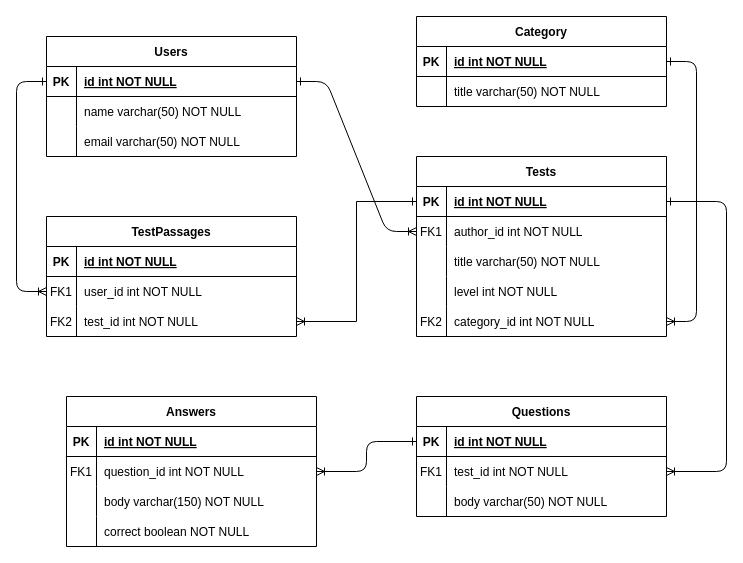
This is Диаграмма без названия.drawio from cartotien/Test-Guru, a draw.io file, before an edit. Source tidied: cells renumbered, new cells numbered last; positions are measured from the earlier drawing's top-left corner, leaving out a move shared by most shapes. Both pictures are drawn from the tidied source at 100%, with x=0, y=0 at pixel (16, 16).
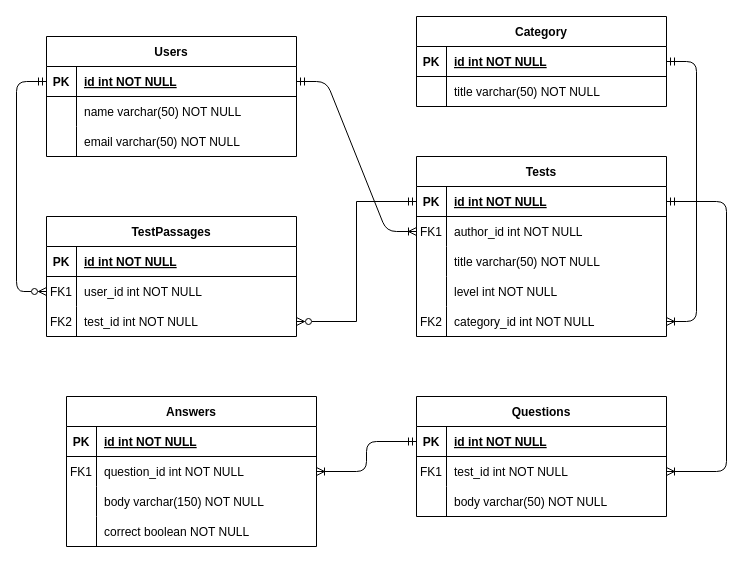
After the change.

The change refers to these unchanged cells:
```xml
<mxCell id="5" style="shape=partialRectangle;fillColor=none;points=[[0,0.5],[1,0.5]];portConstraint=eastwest;top=0;left=0;right=0;bottom=1;" parent="4" vertex="1">
  <mxGeometry y="30" width="250" height="30" as="geometry" />
</mxCell>
<mxCell id="8" style="shape=partialRectangle;fillColor=none;points=[[0,0.5],[1,0.5]];portConstraint=eastwest;top=0;left=0;right=0;bottom=0;" parent="4" vertex="1">
  <mxGeometry y="60" width="250" height="30" as="geometry" />
</mxCell>
<mxCell id="17" style="shape=partialRectangle;fillColor=none;points=[[0,0.5],[1,0.5]];portConstraint=eastwest;top=0;left=0;right=0;bottom=0;" parent="4" vertex="1">
  <mxGeometry y="150" width="250" height="30" as="geometry" />
</mxCell>
<mxCell id="21" style="shape=partialRectangle;fillColor=none;points=[[0,0.5],[1,0.5]];portConstraint=eastwest;top=0;left=0;right=0;bottom=1;" parent="20" vertex="1">
  <mxGeometry y="30" width="250" height="30" as="geometry" />
</mxCell>
<mxCell id="28" style="shape=partialRectangle;fillColor=none;points=[[0,0.5],[1,0.5]];portConstraint=eastwest;top=0;left=0;right=0;bottom=1;" parent="27" vertex="1">
  <mxGeometry y="30" width="250" height="30" as="geometry" />
</mxCell>
<mxCell id="41" style="shape=partialRectangle;fillColor=none;points=[[0,0.5],[1,0.5]];portConstraint=eastwest;top=0;left=0;right=0;bottom=0;" parent="37" vertex="1">
  <mxGeometry y="60" width="250" height="30" as="geometry" />
</mxCell>
<mxCell id="44" style="shape=partialRectangle;fillColor=none;points=[[0,0.5],[1,0.5]];portConstraint=eastwest;top=0;left=0;right=0;bottom=0;" parent="37" vertex="1">
  <mxGeometry y="90" width="250" height="30" as="geometry" />
</mxCell>
<mxCell id="52" style="shape=partialRectangle;fillColor=none;points=[[0,0.5],[1,0.5]];portConstraint=eastwest;top=0;left=0;right=0;bottom=1;" parent="51" vertex="1">
  <mxGeometry y="30" width="250" height="30" as="geometry" />
</mxCell>
<mxCell id="55" style="shape=partialRectangle;fillColor=none;points=[[0,0.5],[1,0.5]];portConstraint=eastwest;top=0;left=0;right=0;bottom=0;" parent="51" vertex="1">
  <mxGeometry y="60" width="250" height="30" as="geometry" />
</mxCell>
<mxCell id="65" style="shape=partialRectangle;fillColor=none;points=[[0,0.5],[1,0.5]];portConstraint=eastwest;top=0;left=0;right=0;bottom=0;" parent="61" vertex="1">
  <mxGeometry y="60" width="250" height="30" as="geometry" />
</mxCell>
```

The edit, as a diff of the source:
```diff
@@
-    <mxCell id="2" style="edgeStyle=entityRelationEdgeStyle;endArrow=ERoneToMany;startArrow=ERone;endFill=0;startFill=0;entryX=0;entryY=0.5;entryDx=0;entryDy=0;rounded=1;" parent="1" edge="1" source="28" target="8">
+    <mxCell id="2" style="edgeStyle=entityRelationEdgeStyle;endArrow=ERoneToMany;startArrow=ERmandOne;endFill=0;startFill=0;entryX=0;entryY=0.5;entryDx=0;entryDy=0;rounded=1;" parent="1" edge="1" source="28" target="8">
       <mxGeometry relative="1" as="geometry" />
     </mxCell>
-    <mxCell id="3" style="edgeStyle=entityRelationEdgeStyle;endArrow=ERone;startArrow=ERoneToMany;endFill=0;startFill=0;exitX=1;exitY=0.5;exitDx=0;exitDy=0;entryX=1;entryY=0.5;entryDx=0;entryDy=0;" parent="1" edge="1" source="17" target="21">
+    <mxCell id="3" style="edgeStyle=entityRelationEdgeStyle;endArrow=ERmandOne;startArrow=ERoneToMany;endFill=0;startFill=0;exitX=1;exitY=0.5;exitDx=0;exitDy=0;entryX=1;entryY=0.5;entryDx=0;entryDy=0;" parent="1" edge="1" source="17" target="21">
       <mxGeometry relative="1" as="geometry" />
     </mxCell>
@@
-    <mxCell id="49" style="edgeStyle=orthogonalEdgeStyle;jettySize=auto;html=1;endArrow=ERoneToMany;endFill=0;exitX=0;exitY=0.5;exitDx=0;exitDy=0;startArrow=ERone;startFill=0;rounded=1;" parent="1" edge="1" source="28" target="41">
+    <mxCell id="49" style="edgeStyle=orthogonalEdgeStyle;jettySize=auto;html=1;endArrow=ERzeroToMany;endFill=0;exitX=0;exitY=0.5;exitDx=0;exitDy=0;startArrow=ERmandOne;startFill=0;rounded=1;" parent="1" edge="1" source="28" target="41">
       <mxGeometry relative="1" as="geometry">
         <Array as="points">
           <mxPoint y="65" />
           <mxPoint y="275" />
         </Array>
       </mxGeometry>
     </mxCell>
-    <mxCell id="50" style="edgeStyle=orthogonalEdgeStyle;rounded=0;jettySize=auto;html=1;startArrow=ERone;startFill=0;endArrow=ERoneToMany;endFill=0;" parent="1" edge="1" source="5" target="44">
+    <mxCell id="50" style="edgeStyle=orthogonalEdgeStyle;rounded=0;jettySize=auto;html=1;startArrow=ERmandOne;startFill=0;endArrow=ERzeroToMany;endFill=0;" parent="1" edge="1" source="5" target="44">
       <mxGeometry relative="1" as="geometry" />
     </mxCell>
@@
-    <mxCell id="74" style="edgeStyle=orthogonalEdgeStyle;rounded=1;jettySize=auto;html=1;startArrow=ERone;startFill=0;endArrow=ERoneToMany;endFill=0;" parent="1" edge="1" source="5" target="55">
+    <mxCell id="74" style="edgeStyle=orthogonalEdgeStyle;rounded=1;jettySize=auto;html=1;startArrow=ERmandOne;startFill=0;endArrow=ERoneToMany;endFill=0;" parent="1" edge="1" source="5" target="55">
       <mxGeometry relative="1" as="geometry">
         <Array as="points">
           <mxPoint x="710" y="185" />
           <mxPoint x="710" y="455" />
         </Array>
       </mxGeometry>
     </mxCell>
-    <mxCell id="75" style="edgeStyle=orthogonalEdgeStyle;rounded=1;jettySize=auto;html=1;startArrow=ERone;startFill=0;endArrow=ERoneToMany;endFill=0;" parent="1" edge="1" source="52" target="65">
+    <mxCell id="75" style="edgeStyle=orthogonalEdgeStyle;rounded=1;jettySize=auto;html=1;startArrow=ERmandOne;startFill=0;endArrow=ERoneToMany;endFill=0;" parent="1" edge="1" source="52" target="65">
       <mxGeometry relative="1" as="geometry" />
     </mxCell>
```
